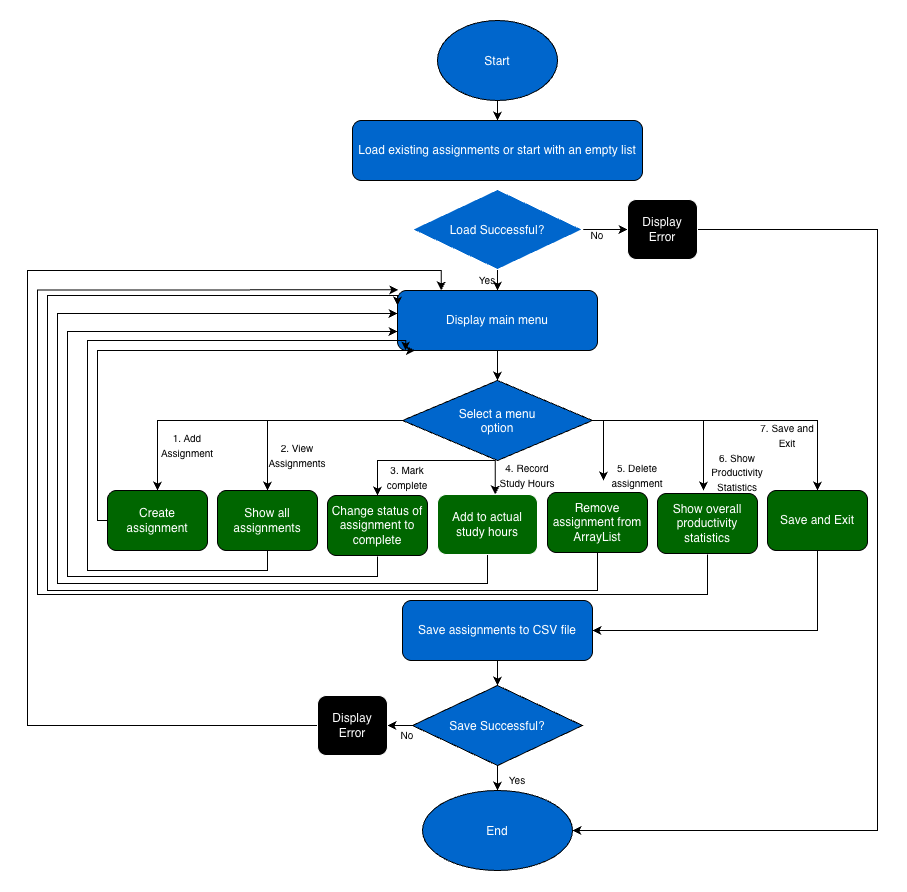
Above: docs/System-Diagram.png in KimbEagle/Student-Productivity-Tracker (draw.io), before the change. Source tidied: cells renumbered, new cells last; positions are measured from the earlier drawing's top-left corner, leaving out a move shared by most shapes.
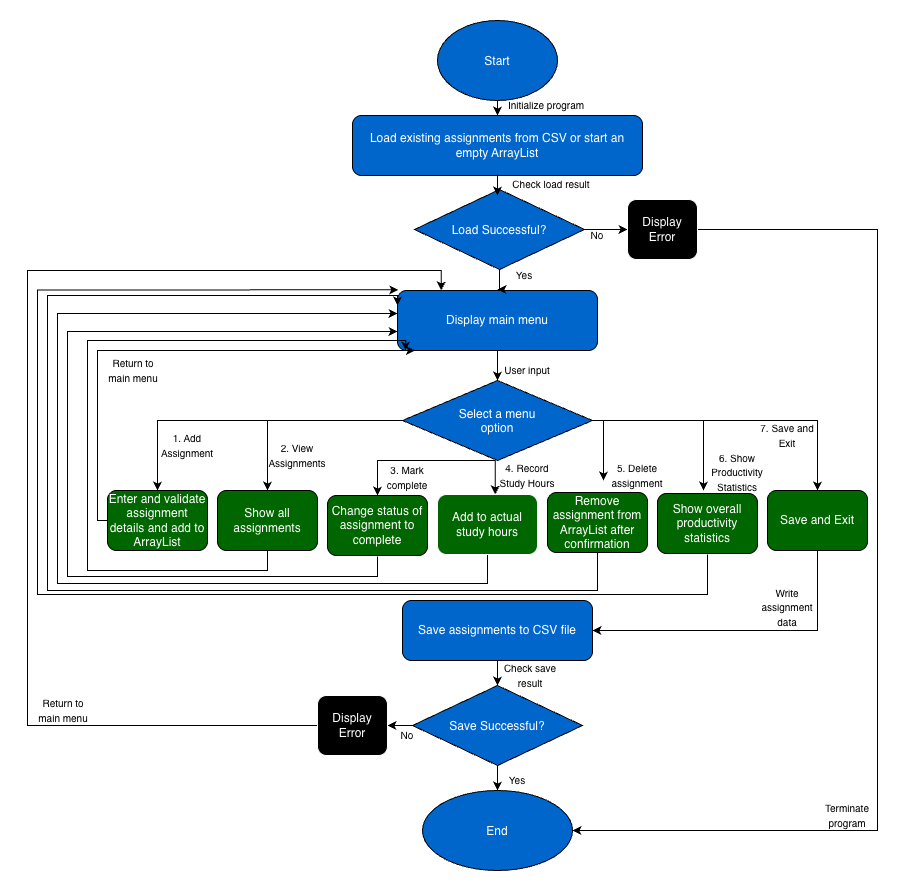
Later version of the same file.

What changed in the source:
```diff
@@ -8,8 +8,8 @@
     <mxCell id="3" value="Start" style="ellipse;whiteSpace=wrap;html=1;shapeInside=1;fillColor=light-dark(#FFFFFF,#0066CC);strokeColor=light-dark(#000000,#000000);" parent="1" vertex="1">
       <mxGeometry x="410" width="120" height="80" as="geometry" />
     </mxCell>
-    <mxCell id="4" value="Load existing assignments or start with an empty list" style="rounded=1;whiteSpace=wrap;html=1;roundedPerimeter=1;fillColor=light-dark(#FFFFFF,#0066CC);strokeColor=light-dark(#000000,#000000);" parent="1" vertex="1">
-      <mxGeometry x="325" y="100" width="290" height="60" as="geometry" />
+    <mxCell id="4" value="Load existing assignments from CSV or start an empty ArrayList" style="rounded=1;whiteSpace=wrap;html=1;roundedPerimeter=1;fillColor=light-dark(#FFFFFF,#0066CC);strokeColor=light-dark(#000000,#000000);" parent="1" vertex="1">
+      <mxGeometry x="325" y="95" width="290" height="60" as="geometry" />
     </mxCell>
     <mxCell id="5" style="edgeStyle=orthogonalEdgeStyle;rounded=0;jettySize=auto;html=1;defaultLabelBackgroundColor=page;labelPadding=0 4;strokeColor=light-dark(#000000,#000000);" parent="1" edge="1" source="6" target="14">
       <mxGeometry relative="1" as="geometry" />
@@ -62,7 +62,7 @@
         </Array>
       </mxGeometry>
     </mxCell>
-    <mxCell id="16" value="Create assignment" style="rounded=1;whiteSpace=wrap;html=1;roundedPerimeter=1;fillColor=light-dark(#FFFFFF,#006600);strokeColor=light-dark(#000000,#000000);" parent="1" vertex="1">
+    <mxCell id="16" value="Enter and validate assignment details and add to ArrayList" style="rounded=1;whiteSpace=wrap;html=1;roundedPerimeter=1;fillColor=light-dark(#FFFFFF,#006600);strokeColor=light-dark(#000000,#000000);" parent="1" vertex="1">
       <mxGeometry x="80" y="470" width="100" height="60" as="geometry" />
     </mxCell>
     <mxCell id="17" style="edgeStyle=orthogonalEdgeStyle;rounded=0;jettySize=auto;html=1;entryX=0.096;entryY=0.94;entryDx=0;entryDy=0;defaultLabelBackgroundColor=page;labelPadding=0 4;strokeColor=light-dark(#000000,#000000);" parent="1" edge="1" source="18" target="6">
@@ -128,7 +128,7 @@
         </Array>
       </mxGeometry>
     </mxCell>
-    <mxCell id="26" value="Remove assignment from ArrayList" style="rounded=1;whiteSpace=wrap;html=1;roundedPerimeter=1;fillColor=light-dark(#FFFFFF,#006600);strokeColor=light-dark(#000000,#000000);" parent="1" vertex="1">
+    <mxCell id="26" value="Remove assignment from ArrayList after confirmation" style="rounded=1;whiteSpace=wrap;html=1;roundedPerimeter=1;fillColor=light-dark(#FFFFFF,#006600);strokeColor=light-dark(#000000,#000000);" parent="1" vertex="1">
       <mxGeometry x="520" y="472" width="100" height="60" as="geometry" />
     </mxCell>
     <mxCell id="27" style="edgeStyle=orthogonalEdgeStyle;rounded=0;jettySize=auto;html=1;entryX=1;entryY=0.5;entryDx=0;entryDy=0;defaultLabelBackgroundColor=page;labelPadding=0 4;strokeColor=light-dark(#000000,#000000);" parent="1" edge="1" source="28" target="30">
@@ -177,8 +177,8 @@
     <mxCell id="40" style="edgeStyle=orthogonalEdgeStyle;rounded=0;jettySize=auto;html=1;defaultLabelBackgroundColor=page;labelPadding=0 4;strokeColor=light-dark(#000000,#000000);" parent="1" edge="1" source="41" target="43">
       <mxGeometry relative="1" as="geometry" />
     </mxCell>
-    <mxCell id="41" value="Load Successful?" style="rhombus;whiteSpace=wrap;html=1;shapeInside=1;fillColor=light-dark(#FFFFFF,#0066CC);" parent="1" vertex="1">
-      <mxGeometry x="385" y="169" width="170" height="80" as="geometry" />
+    <mxCell id="41" value="Load Successful?" style="rhombus;whiteSpace=wrap;html=1;shapeInside=1;fillColor=light-dark(#FFFFFF,#0066CC);strokeColor=light-dark(#000000,#000000);" parent="1" vertex="1">
+      <mxGeometry x="387" y="169" width="170" height="80" as="geometry" />
     </mxCell>
     <mxCell id="42" style="edgeStyle=orthogonalEdgeStyle;rounded=0;jettySize=auto;html=1;entryX=1;entryY=0.5;entryDx=0;entryDy=0;defaultLabelBackgroundColor=page;labelPadding=0 4;strokeColor=light-dark(#000000,#000000);" parent="1" edge="1" source="43" target="31">
       <mxGeometry relative="1" as="geometry">
@@ -192,7 +192,7 @@
       <mxGeometry x="600" y="179" width="70" height="60" as="geometry" />
     </mxCell>
     <mxCell id="44" value="&lt;font style=&quot;font-size: 10px;&quot;&gt;Yes&lt;/font&gt;" style="text;html=1;whiteSpace=wrap;align=center;verticalAlign=middle;rounded=0;fontColor=light-dark(#000000,#000000);" parent="1" vertex="1">
-      <mxGeometry x="430" y="245" width="60" height="30" as="geometry" />
+      <mxGeometry x="467" y="240" width="60" height="30" as="geometry" />
     </mxCell>
     <mxCell id="45" value="&lt;font style=&quot;font-size: 10px;&quot;&gt;No&lt;/font&gt;" style="text;html=1;whiteSpace=wrap;align=center;verticalAlign=middle;rounded=0;fontColor=light-dark(#000000,#000000);" parent="1" vertex="1">
       <mxGeometry x="540" y="200" width="60" height="30" as="geometry" />
@@ -224,5 +224,35 @@
     <mxCell id="52" value="&lt;font style=&quot;font-size: 10px;&quot;&gt;Yes&lt;/font&gt;" style="text;html=1;whiteSpace=wrap;align=center;verticalAlign=middle;rounded=0;fontColor=light-dark(#000000,#000000);" parent="1" vertex="1">
       <mxGeometry x="460" y="745" width="60" height="30" as="geometry" />
     </mxCell>
+    <mxCell id="53" value="&lt;font style=&quot;font-size: 10px;&quot;&gt;Terminate program&lt;/font&gt;" style="text;html=1;whiteSpace=wrap;align=center;verticalAlign=middle;rounded=0;fontColor=light-dark(#000000,#000000);" parent="1" vertex="1">
+      <mxGeometry x="790" y="780" width="60" height="30" as="geometry" />
+    </mxCell>
+    <mxCell id="54" value="&lt;font style=&quot;font-size: 10px;&quot;&gt;Return to main menu&lt;/font&gt;" style="text;html=1;whiteSpace=wrap;align=center;verticalAlign=middle;rounded=0;fontColor=light-dark(#000000,#000000);" parent="1" vertex="1">
+      <mxGeometry x="6" y="675" width="60" height="30" as="geometry" />
+    </mxCell>
+    <mxCell id="55" value="&lt;font style=&quot;font-size: 10px;&quot;&gt;Return to main menu&lt;/font&gt;" style="text;html=1;whiteSpace=wrap;align=center;verticalAlign=middle;rounded=0;fontColor=light-dark(#000000,#000000);" parent="1" vertex="1">
+      <mxGeometry x="76" y="335" width="60" height="30" as="geometry" />
+    </mxCell>
+    <mxCell id="56" value="&lt;font style=&quot;font-size: 10px;&quot;&gt;Write assignment data&lt;/font&gt;" style="text;html=1;whiteSpace=wrap;align=center;verticalAlign=middle;rounded=0;fontColor=light-dark(#000000,#000000);" parent="1" vertex="1">
+      <mxGeometry x="730" y="572" width="60" height="30" as="geometry" />
+    </mxCell>
+    <mxCell id="57" value="&lt;font style=&quot;font-size: 10px;&quot;&gt;User input&lt;/font&gt;" style="text;html=1;whiteSpace=wrap;align=center;verticalAlign=middle;rounded=0;fontColor=light-dark(#000000,#000000);" parent="1" vertex="1">
+      <mxGeometry x="470" y="335" width="60" height="30" as="geometry" />
+    </mxCell>
+    <mxCell id="58" style="edgeStyle=orthogonalEdgeStyle;rounded=0;orthogonalLoop=1;jettySize=auto;html=1;defaultLabelBackgroundColor=page;labelPadding=0 4;entryX=0.5;entryY=0;entryDx=0;entryDy=0;strokeColor=light-dark(#000000,#000000);" parent="1" edge="1">
+      <mxGeometry relative="1" as="geometry">
+        <mxPoint x="470" y="154" as="sourcePoint" />
+        <mxPoint x="470" y="175" as="targetPoint" />
+      </mxGeometry>
+    </mxCell>
+    <mxCell id="59" value="&lt;span style=&quot;font-size: 10px;&quot;&gt;Initialize program&lt;/span&gt;" style="text;html=1;whiteSpace=wrap;align=center;verticalAlign=middle;rounded=0;fontColor=light-dark(#000000,#000000);" parent="1" vertex="1">
+      <mxGeometry x="473" y="70" width="92" height="30" as="geometry" />
+    </mxCell>
+    <mxCell id="60" value="&lt;font style=&quot;font-size: 10px;&quot;&gt;Check save result&lt;/font&gt;" style="text;html=1;whiteSpace=wrap;align=center;verticalAlign=middle;rounded=0;fontColor=light-dark(#000000,#000000);" parent="1" vertex="1">
+      <mxGeometry x="473" y="640" width="60" height="30" as="geometry" />
+    </mxCell>
+    <mxCell id="61" value="&lt;span style=&quot;font-size: 10px;&quot;&gt;Check load result&lt;/span&gt;" style="text;html=1;whiteSpace=wrap;align=center;verticalAlign=middle;rounded=0;fontColor=light-dark(#000000,#000000);" parent="1" vertex="1">
+      <mxGeometry x="478" y="149" width="92" height="30" as="geometry" />
+    </mxCell>
   </root>
 </mxGraphModel>
```
